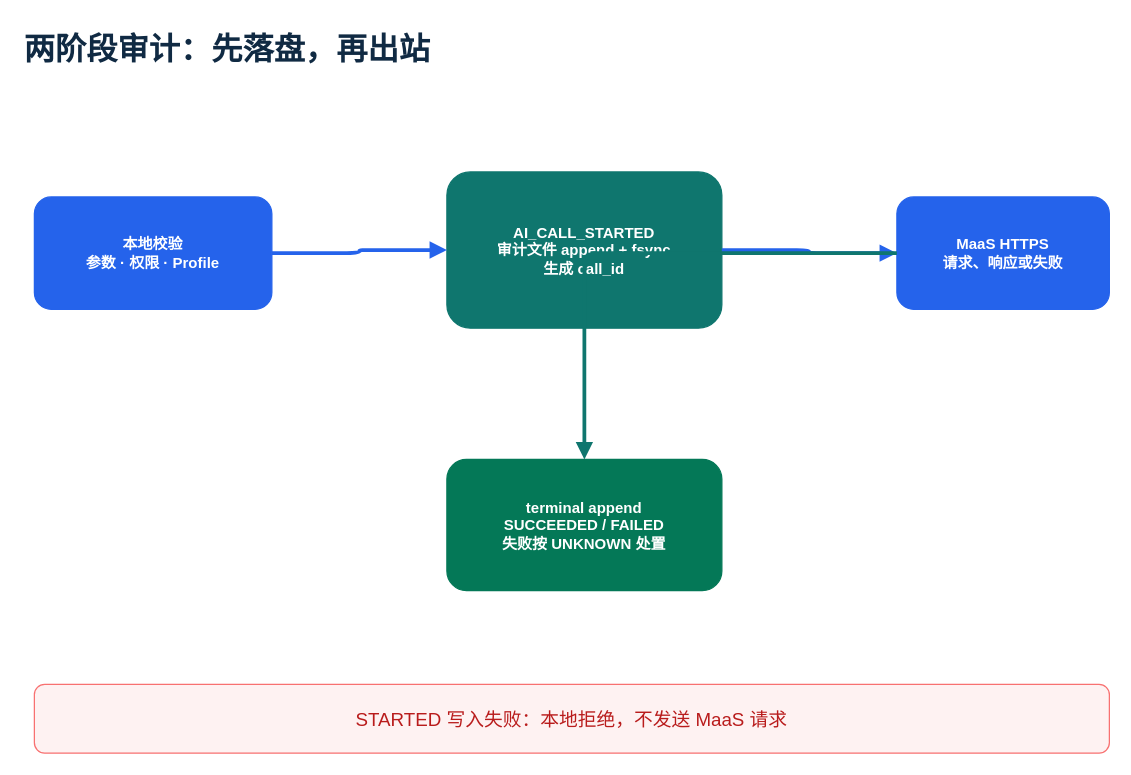
Above: page "05 Audit Flow" (6 of 12) of Docs/db4ai/assets/taurusdb-maas-committer-diagrams.drawio in ZhuQingping/AliSQL (draw.io), before the change. Source tidied: cells renumbered, new cells numbered last; positions are measured from the earlier drawing's top-left corner, leaving out a move shared by most shapes. Both pictures are drawn from the tidied source at 125%, with x=0, y=0 at pixel (21, 21).
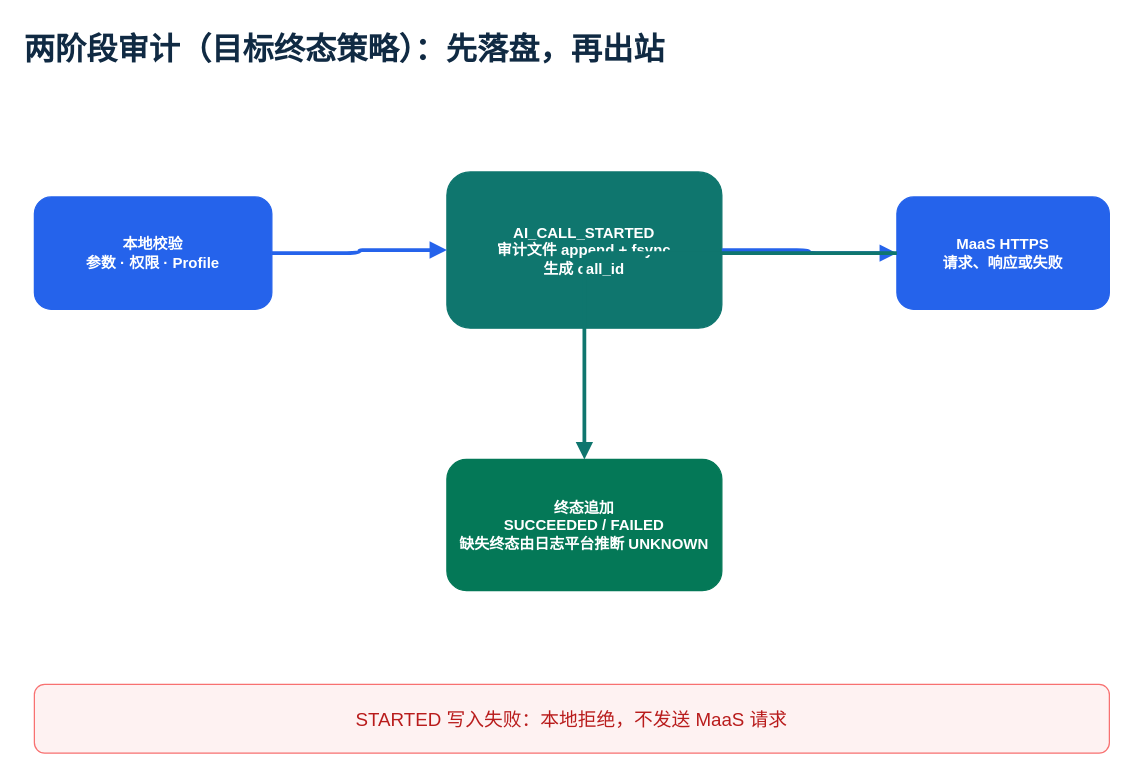
The same diagram, later.

What changed in the source:
```diff
@@
 <mxGraphModel>
   <root>
     <mxCell id="0" />
     <mxCell id="1" parent="0" />
-    <mxCell id="2" value="两阶段审计：先落盘，再出站" style="text;html=1;fontSize=25;fontStyle=1;fontColor=#102A43;" parent="1" vertex="1">
+    <mxCell id="2" value="两阶段审计（目标终态策略）：先落盘，再出站" style="text;html=1;fontSize=25;fontStyle=1;fontColor=#102A43;" parent="1" vertex="1">
       <mxGeometry width="800" height="45" as="geometry" />
     </mxCell>
     <mxCell id="3" value="本地校验&#10;参数 · 权限 · Profile" style="rounded=1;whiteSpace=wrap;html=1;fillColor=#2563EB;strokeColor=#2563EB;fontColor=#FFFFFF;fontStyle=1;" parent="1" vertex="1">
       <mxGeometry x="10" y="140" width="190" height="90" as="geometry" />
     </mxCell>
     <mxCell id="4" value="AI_CALL_STARTED&#10;审计文件 append + fsync&#10;生成 call_id" style="rounded=1;whiteSpace=wrap;html=1;fillColor=#0F766E;strokeColor=#0F766E;fontColor=#FFFFFF;fontStyle=1;" parent="1" vertex="1">
       <mxGeometry x="340" y="120" width="220" height="125" as="geometry" />
     </mxCell>
     <mxCell id="5" value="MaaS HTTPS&#10;请求、响应或失败" style="rounded=1;whiteSpace=wrap;html=1;fillColor=#2563EB;strokeColor=#2563EB;fontColor=#FFFFFF;fontStyle=1;" parent="1" vertex="1">
       <mxGeometry x="700" y="140" width="170" height="90" as="geometry" />
     </mxCell>
-    <mxCell id="6" value="terminal append&#10;SUCCEEDED / FAILED&#10;失败按 UNKNOWN 处置" style="rounded=1;whiteSpace=wrap;html=1;fillColor=#047857;strokeColor=#047857;fontColor=#FFFFFF;fontStyle=1;" parent="1" vertex="1">
+    <mxCell id="6" value="终态追加&#10;SUCCEEDED / FAILED&#10;缺失终态由日志平台推断 UNKNOWN" style="rounded=1;whiteSpace=wrap;html=1;fillColor=#047857;strokeColor=#047857;fontColor=#FFFFFF;fontStyle=1;" parent="1" vertex="1">
       <mxGeometry x="340" y="350" width="220" height="105" as="geometry" />
     </mxCell>
     <mxCell id="7" value="STARTED 写入失败：本地拒绝，不发送 MaaS 请求" style="rounded=1;whiteSpace=wrap;html=1;fillColor=#FEF2F2;strokeColor=#F87171;fontColor=#B91C1C;fontSize=15;" parent="1" vertex="1">
       <mxGeometry x="10" y="530" width="860" height="55" as="geometry" />
     </mxCell>
     <mxCell id="8" style="edgeStyle=orthogonalEdgeStyle;html=1;strokeColor=#2563EB;strokeWidth=3;endArrow=block;" parent="1" edge="1" source="3" target="4">
       <mxGeometry relative="1" as="geometry" />
     </mxCell>
     <mxCell id="9" style="edgeStyle=orthogonalEdgeStyle;html=1;strokeColor=#2563EB;strokeWidth=3;endArrow=block;" parent="1" edge="1" source="4" target="5">
       <mxGeometry relative="1" as="geometry" />
     </mxCell>
     <mxCell id="10" style="edgeStyle=orthogonalEdgeStyle;html=1;strokeColor=#0F766E;strokeWidth=3;endArrow=block;" parent="1" edge="1" source="5" target="6">
       <mxGeometry relative="1" as="geometry" />
     </mxCell>
   </root>
 </mxGraphModel>
```
